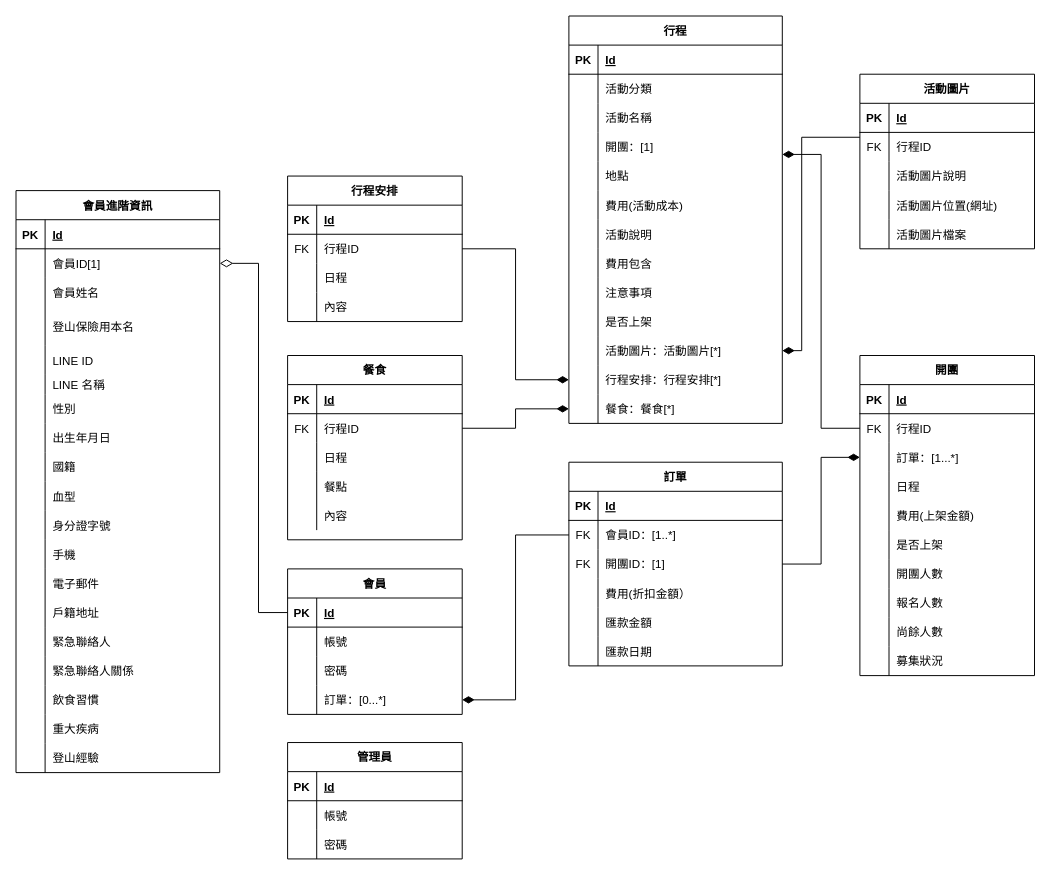
The draw.io diagram Untitled Diagram.drawio in Yizi-Yeh/MT-Databaseplanning, before the edit. Source tidied: cells renumbered, new cells numbered last; positions are measured from the earlier drawing's top-left corner, leaving out a move shared by most shapes. Both pictures are drawn from the tidied source at 97%, with x=0, y=0 at pixel (16, 16).
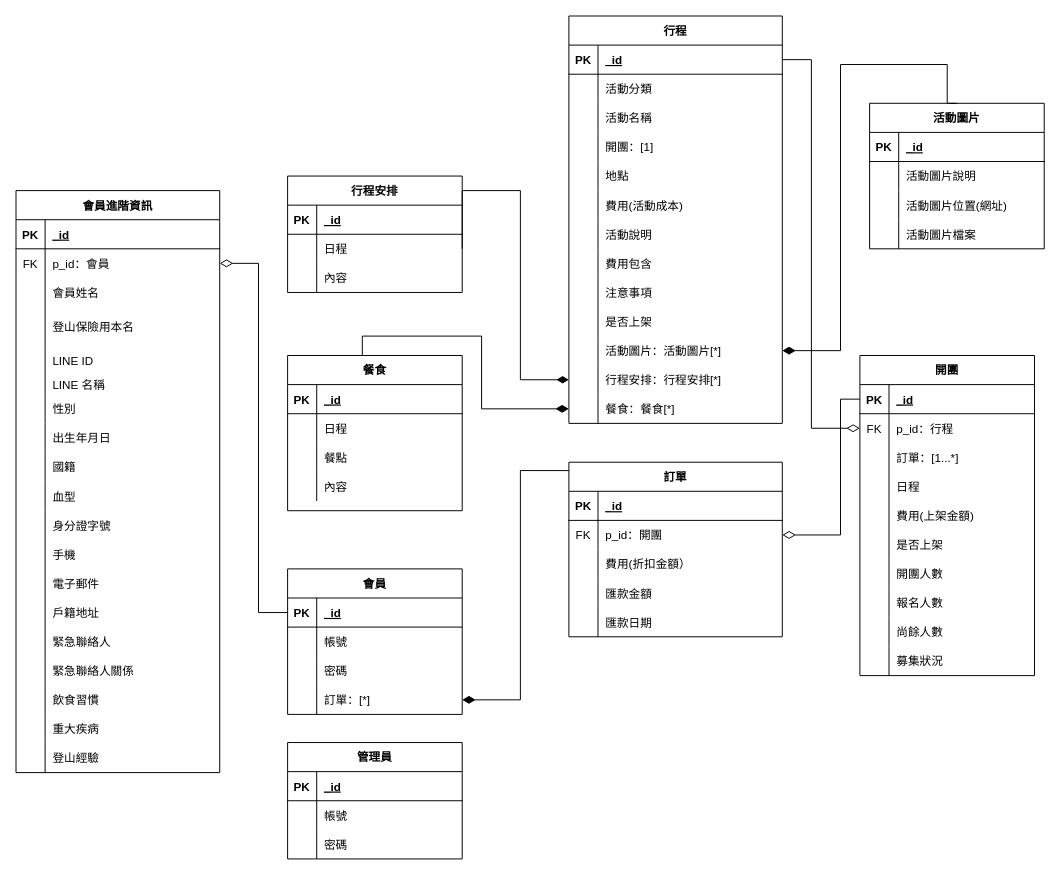
After the change.

Unchanged cells that the change refers to:
```xml
<mxCell id="3" style="shape=partialRectangle;fillColor=none;top=0;left=0;bottom=1;right=0;points=[[0,0.5],[1,0.5]];portConstraint=eastwest;" parent="2" vertex="1">
  <mxGeometry y="30" width="220" height="30" as="geometry" />
</mxCell>
<mxCell id="12" style="shape=partialRectangle;fillColor=none;top=0;left=0;bottom=0;right=0;points=[[0,0.5],[1,0.5]];portConstraint=eastwest;" parent="2" vertex="1">
  <mxGeometry y="120" width="220" height="30" as="geometry" />
</mxCell>
<mxCell id="33" style="shape=partialRectangle;fillColor=none;top=0;left=0;bottom=0;right=0;points=[[0,0.5],[1,0.5]];portConstraint=eastwest;" parent="2" vertex="1">
  <mxGeometry y="330" width="220" height="30" as="geometry" />
</mxCell>
<mxCell id="36" style="shape=partialRectangle;fillColor=none;top=0;left=0;bottom=0;right=0;points=[[0,0.5],[1,0.5]];portConstraint=eastwest;" parent="2" vertex="1">
  <mxGeometry y="360" width="220" height="30" as="geometry" />
</mxCell>
<mxCell id="39" style="shape=partialRectangle;fillColor=none;top=0;left=0;bottom=0;right=0;points=[[0,0.5],[1,0.5]];portConstraint=eastwest;" parent="2" vertex="1">
  <mxGeometry y="390" width="220" height="30" as="geometry" />
</mxCell>
<mxCell id="43" style="shape=partialRectangle;fillColor=none;top=0;left=0;bottom=1;right=0;points=[[0,0.5],[1,0.5]];portConstraint=eastwest;" parent="42" vertex="1">
  <mxGeometry y="30" width="180" height="30" as="geometry" />
</mxCell>
<mxCell id="46" style="shape=partialRectangle;fillColor=none;top=0;left=0;bottom=0;right=0;points=[[0,0.5],[1,0.5]];portConstraint=eastwest;" parent="42" vertex="1">
  <mxGeometry y="60" width="180" height="30" as="geometry" />
</mxCell>
<mxCell id="49" style="shape=partialRectangle;fillColor=none;top=0;left=0;bottom=0;right=0;points=[[0,0.5],[1,0.5]];portConstraint=eastwest;" parent="42" vertex="1">
  <mxGeometry y="90" width="180" height="30" as="geometry" />
</mxCell>
<mxCell id="74" style="shape=partialRectangle;fillColor=none;top=0;left=0;bottom=1;right=0;" parent="73" vertex="1">
  <mxGeometry y="30" width="180" height="30" as="geometry" />
</mxCell>
<mxCell id="87" style="shape=partialRectangle;fillColor=none;top=0;left=0;bottom=1;right=0;" parent="86" vertex="1">
  <mxGeometry y="30" width="180" height="30" as="geometry" />
</mxCell>
<mxCell id="103" style="shape=partialRectangle;fillColor=none;top=0;left=0;bottom=1;right=0;" parent="102" vertex="1">
  <mxGeometry y="30" width="180" height="30" as="geometry" />
</mxCell>
<mxCell id="119" style="shape=partialRectangle;fillColor=none;top=0;left=0;bottom=1;right=0;points=[[0,0.5],[1,0.5]];portConstraint=eastwest;" parent="118" vertex="1">
  <mxGeometry y="30" width="180" height="30" as="geometry" />
</mxCell>
<mxCell id="128" style="shape=partialRectangle;fillColor=none;top=0;left=0;bottom=0;right=0;points=[[0,0.5],[1,0.5]];portConstraint=eastwest;" parent="118" vertex="1">
  <mxGeometry y="120" width="180" height="30" as="geometry" />
</mxCell>
<mxCell id="132" style="shape=partialRectangle;fillColor=none;top=0;left=0;bottom=1;right=0;" parent="131" vertex="1">
  <mxGeometry y="30" width="220" height="30" as="geometry" />
</mxCell>
<mxCell id="157" style="shape=partialRectangle;fillColor=none;top=0;left=0;bottom=1;right=0;" parent="156" vertex="1">
  <mxGeometry y="30" width="180" height="30" as="geometry" />
</mxCell>
<mxCell id="167" style="shape=partialRectangle;fillColor=none;top=0;left=0;bottom=1;right=0;" parent="166" vertex="1">
  <mxGeometry y="30" width="210" height="30" as="geometry" />
</mxCell>
<mxCell id="170" style="shape=partialRectangle;fillColor=none;top=0;left=0;bottom=0;right=0;points=[[0,0.5],[1,0.5]];portConstraint=eastwest;" parent="166" vertex="1">
  <mxGeometry y="60" width="210" height="30" as="geometry" />
</mxCell>
```

The edit, as a diff of the source:
```diff
@@
-    <mxCell id="5" value="Id" style="shape=partialRectangle;fillColor=none;top=0;left=0;bottom=0;right=0;align=left;spacingLeft=6;fontStyle=5;overflow=hidden;" parent="3" vertex="1">
+    <mxCell id="5" value="_id" style="shape=partialRectangle;fillColor=none;top=0;left=0;bottom=0;right=0;align=left;spacingLeft=6;fontStyle=5;overflow=hidden;" parent="3" vertex="1">
       <mxGeometry x="30" width="190" height="30" as="geometry" />
     </mxCell>
@@
-    <mxCell id="45" value="Id" style="shape=partialRectangle;fillColor=none;top=0;left=0;bottom=0;right=0;align=left;spacingLeft=6;fontStyle=5;overflow=hidden;" parent="43" vertex="1">
+    <mxCell id="45" value="_id" style="shape=partialRectangle;fillColor=none;top=0;left=0;bottom=0;right=0;align=left;spacingLeft=6;fontStyle=5;overflow=hidden;" parent="43" vertex="1">
       <mxGeometry x="30" width="150" height="30" as="geometry" />
     </mxCell>
@@
-    <mxCell id="48" value="行程ID" style="shape=partialRectangle;fillColor=none;top=0;left=0;bottom=0;right=0;align=left;spacingLeft=6;fontStyle=0;overflow=hidden;" parent="46" vertex="1">
+    <mxCell id="48" value="p_id：行程" style="shape=partialRectangle;fillColor=none;top=0;left=0;bottom=0;right=0;align=left;spacingLeft=6;fontStyle=0;overflow=hidden;" parent="46" vertex="1">
       <mxGeometry x="30" width="150" height="30" as="geometry" />
     </mxCell>
@@
     <mxCell id="73" value="行程安排" style="shape=table;startSize=30;childLayout=tableLayout;rowLines=0;fontStyle=1;align=center;fillColor=none;" parent="1" vertex="1">
-      <mxGeometry x="280" y="165" width="180" height="150" as="geometry" />
+      <mxGeometry x="280" y="165" width="180" height="120" as="geometry" />
     </mxCell>
@@
-    <mxCell id="76" value="Id" style="shape=partialRectangle;fillColor=none;top=0;left=0;bottom=0;right=0;align=left;spacingLeft=6;fontStyle=5;overflow=hidden;" parent="74" vertex="1">
+    <mxCell id="76" value="_id" style="shape=partialRectangle;fillColor=none;top=0;left=0;bottom=0;right=0;align=left;spacingLeft=6;fontStyle=5;overflow=hidden;" parent="74" vertex="1">
       <mxGeometry x="30" width="150" height="30" as="geometry" />
     </mxCell>
-    <mxCell id="77" style="shape=partialRectangle;fillColor=none;top=0;left=0;bottom=0;right=0;points=[[0,0.5],[1,0.5]];portConstraint=eastwest;" parent="73" vertex="1">
-      <mxGeometry y="60" width="180" height="30" as="geometry" />
-    </mxCell>
-    <mxCell id="78" value="FK" style="shape=partialRectangle;fillColor=none;top=0;left=0;bottom=0;right=0;fontStyle=0;overflow=hidden;" parent="77" vertex="1">
-      <mxGeometry width="30" height="30" as="geometry" />
-    </mxCell>
-    <mxCell id="79" value="行程ID" style="shape=partialRectangle;fillColor=none;top=0;left=0;bottom=0;right=0;align=left;spacingLeft=6;fontStyle=0;overflow=hidden;" parent="77" vertex="1">
-      <mxGeometry x="30" width="150" height="30" as="geometry" />
-    </mxCell>
     <mxCell id="80" style="shape=partialRectangle;fillColor=none;top=0;left=0;bottom=0;right=0;" parent="73" vertex="1">
-      <mxGeometry y="90" width="180" height="30" as="geometry" />
+      <mxGeometry y="60" width="180" height="30" as="geometry" />
     </mxCell>
@@
     <mxCell id="83" style="shape=partialRectangle;fillColor=none;top=0;left=0;bottom=0;right=0;" parent="73" vertex="1">
-      <mxGeometry y="120" width="180" height="30" as="geometry" />
+      <mxGeometry y="90" width="180" height="30" as="geometry" />
     </mxCell>
@@
     <mxCell id="86" value="餐食" style="shape=table;startSize=30;childLayout=tableLayout;rowLines=0;fontStyle=1;align=center;fillColor=none;" parent="1" vertex="1">
-      <mxGeometry x="280" y="350" width="180" height="190" as="geometry" />
+      <mxGeometry x="280" y="350" width="180" height="160" as="geometry" />
     </mxCell>
@@
-    <mxCell id="89" value="Id" style="shape=partialRectangle;fillColor=none;top=0;left=0;bottom=0;right=0;align=left;spacingLeft=6;fontStyle=5;overflow=hidden;" parent="87" vertex="1">
+    <mxCell id="89" value="_id" style="shape=partialRectangle;fillColor=none;top=0;left=0;bottom=0;right=0;align=left;spacingLeft=6;fontStyle=5;overflow=hidden;" parent="87" vertex="1">
       <mxGeometry x="30" width="150" height="30" as="geometry" />
     </mxCell>
-    <mxCell id="90" style="shape=partialRectangle;fillColor=none;top=0;left=0;bottom=0;right=0;points=[[0,0.5],[1,0.5]];portConstraint=eastwest;" parent="86" vertex="1">
-      <mxGeometry y="60" width="180" height="30" as="geometry" />
-    </mxCell>
-    <mxCell id="91" value="FK" style="shape=partialRectangle;fillColor=none;top=0;left=0;bottom=0;right=0;fontStyle=0;overflow=hidden;" parent="90" vertex="1">
-      <mxGeometry width="30" height="30" as="geometry" />
-    </mxCell>
-    <mxCell id="92" value="行程ID" style="shape=partialRectangle;fillColor=none;top=0;left=0;bottom=0;right=0;align=left;spacingLeft=6;fontStyle=0;overflow=hidden;" parent="90" vertex="1">
-      <mxGeometry x="30" width="150" height="30" as="geometry" />
-    </mxCell>
     <mxCell id="93" style="shape=partialRectangle;fillColor=none;top=0;left=0;bottom=0;right=0;" parent="86" vertex="1">
-      <mxGeometry y="90" width="180" height="30" as="geometry" />
+      <mxGeometry y="60" width="180" height="30" as="geometry" />
     </mxCell>
@@
     <mxCell id="96" style="shape=partialRectangle;fillColor=none;top=0;left=0;bottom=0;right=0;" parent="86" vertex="1">
-      <mxGeometry y="120" width="180" height="30" as="geometry" />
+      <mxGeometry y="90" width="180" height="30" as="geometry" />
     </mxCell>
@@
     <mxCell id="99" style="shape=partialRectangle;fillColor=none;top=0;left=0;bottom=0;right=0;" parent="86" vertex="1">
-      <mxGeometry y="150" width="180" height="30" as="geometry" />
+      <mxGeometry y="120" width="180" height="30" as="geometry" />
     </mxCell>
@@
     <mxCell id="102" value="活動圖片" style="shape=table;startSize=30;childLayout=tableLayout;rowLines=0;fontStyle=1;align=center;fillColor=none;" parent="1" vertex="1">
-      <mxGeometry x="870" y="60" width="180" height="180" as="geometry" />
+      <mxGeometry x="880" y="90" width="180" height="150" as="geometry" />
     </mxCell>
@@
-    <mxCell id="105" value="Id" style="shape=partialRectangle;fillColor=none;top=0;left=0;bottom=0;right=0;align=left;spacingLeft=6;fontStyle=5;overflow=hidden;" parent="103" vertex="1">
+    <mxCell id="105" value="_id" style="shape=partialRectangle;fillColor=none;top=0;left=0;bottom=0;right=0;align=left;spacingLeft=6;fontStyle=5;overflow=hidden;" parent="103" vertex="1">
       <mxGeometry x="30" width="150" height="30" as="geometry" />
     </mxCell>
-    <mxCell id="106" style="shape=partialRectangle;fillColor=none;top=0;left=0;bottom=0;right=0;points=[[0,0.5],[1,0.5]];portConstraint=eastwest;" parent="102" vertex="1">
-      <mxGeometry y="60" width="180" height="30" as="geometry" />
-    </mxCell>
-    <mxCell id="107" value="FK" style="shape=partialRectangle;fillColor=none;top=0;left=0;bottom=0;right=0;fontStyle=0;overflow=hidden;" parent="106" vertex="1">
-      <mxGeometry width="30" height="30" as="geometry" />
-    </mxCell>
-    <mxCell id="108" value="行程ID" style="shape=partialRectangle;fillColor=none;top=0;left=0;bottom=0;right=0;align=left;spacingLeft=6;fontStyle=0;overflow=hidden;" parent="106" vertex="1">
-      <mxGeometry x="30" width="150" height="30" as="geometry" />
-    </mxCell>
     <mxCell id="109" style="shape=partialRectangle;fillColor=none;top=0;left=0;bottom=0;right=0;" parent="102" vertex="1">
-      <mxGeometry y="90" width="180" height="30" as="geometry" />
+      <mxGeometry y="60" width="180" height="30" as="geometry" />
     </mxCell>
@@
     <mxCell id="112" style="shape=partialRectangle;fillColor=none;top=0;left=0;bottom=0;right=0;" parent="102" vertex="1">
-      <mxGeometry y="120" width="180" height="30" as="geometry" />
+      <mxGeometry y="90" width="180" height="30" as="geometry" />
     </mxCell>
@@
     <mxCell id="115" style="shape=partialRectangle;fillColor=none;top=0;left=0;bottom=0;right=0;" parent="102" vertex="1">
-      <mxGeometry y="150" width="180" height="30" as="geometry" />
+      <mxGeometry y="120" width="180" height="30" as="geometry" />
     </mxCell>
@@
-    <mxCell id="121" value="Id" style="shape=partialRectangle;fillColor=none;top=0;left=0;bottom=0;right=0;align=left;spacingLeft=6;fontStyle=5;overflow=hidden;" parent="119" vertex="1">
+    <mxCell id="121" value="_id" style="shape=partialRectangle;fillColor=none;top=0;left=0;bottom=0;right=0;align=left;spacingLeft=6;fontStyle=5;overflow=hidden;" parent="119" vertex="1">
       <mxGeometry x="30" width="150" height="30" as="geometry" />
     </mxCell>
@@
-    <mxCell id="130" value="訂單：[0...*]" style="shape=partialRectangle;fillColor=none;top=0;left=0;bottom=0;right=0;align=left;spacingLeft=6;overflow=hidden;" parent="128" vertex="1">
+    <mxCell id="130" value="訂單：[*]" style="shape=partialRectangle;fillColor=none;top=0;left=0;bottom=0;right=0;align=left;spacingLeft=6;overflow=hidden;" parent="128" vertex="1">
       <mxGeometry x="30" width="150" height="30" as="geometry" />
     </mxCell>
     <mxCell id="131" value="訂單" style="shape=table;startSize=30;childLayout=tableLayout;rowLines=0;fontStyle=1;align=center;fillColor=none;" parent="1" vertex="1">
-      <mxGeometry x="570" y="460" width="220" height="210" as="geometry" />
+      <mxGeometry x="570" y="460" width="220" height="180" as="geometry" />
     </mxCell>
@@
-    <mxCell id="134" value="Id" style="shape=partialRectangle;fillColor=none;top=0;left=0;bottom=0;right=0;align=left;spacingLeft=6;fontStyle=5;overflow=hidden;" parent="132" vertex="1">
+    <mxCell id="134" value="_id" style="shape=partialRectangle;fillColor=none;top=0;left=0;bottom=0;right=0;align=left;spacingLeft=6;fontStyle=5;overflow=hidden;" parent="132" vertex="1">
       <mxGeometry x="30" width="190" height="30" as="geometry" />
     </mxCell>
-    <mxCell id="135" style="shape=partialRectangle;fillColor=none;top=0;left=0;bottom=0;right=0;points=[[0,0.5],[1,0.5]];portConstraint=eastwest;" parent="131" vertex="1">
-      <mxGeometry y="60" width="220" height="30" as="geometry" />
-    </mxCell>
-    <mxCell id="136" value="FK" style="shape=partialRectangle;fillColor=none;top=0;left=0;bottom=0;right=0;overflow=hidden;" parent="135" vertex="1">
-      <mxGeometry width="30" height="30" as="geometry" />
-    </mxCell>
-    <mxCell id="137" value="會員ID：[1..*]" style="shape=partialRectangle;fillColor=none;top=0;left=0;bottom=0;right=0;align=left;spacingLeft=6;overflow=hidden;" parent="135" vertex="1">
-      <mxGeometry x="30" width="190" height="30" as="geometry" />
-    </mxCell>
     <mxCell id="138" style="shape=partialRectangle;fillColor=none;top=0;left=0;bottom=0;right=0;points=[[0,0.5],[1,0.5]];portConstraint=eastwest;" parent="131" vertex="1">
-      <mxGeometry y="90" width="220" height="30" as="geometry" />
+      <mxGeometry y="60" width="220" height="30" as="geometry" />
     </mxCell>
@@
-    <mxCell id="140" value="開團ID：[1]" style="shape=partialRectangle;fillColor=none;top=0;left=0;bottom=0;right=0;align=left;spacingLeft=6;overflow=hidden;" parent="138" vertex="1">
+    <mxCell id="140" value="p_id：開團" style="shape=partialRectangle;fillColor=none;top=0;left=0;bottom=0;right=0;align=left;spacingLeft=6;overflow=hidden;" parent="138" vertex="1">
       <mxGeometry x="30" width="190" height="30" as="geometry" />
     </mxCell>
     <mxCell id="141" style="shape=partialRectangle;fillColor=none;top=0;left=0;bottom=0;right=0;" parent="131" vertex="1">
-      <mxGeometry y="120" width="220" height="30" as="geometry" />
+      <mxGeometry y="90" width="220" height="30" as="geometry" />
     </mxCell>
@@
     <mxCell id="144" style="shape=partialRectangle;fillColor=none;top=0;left=0;bottom=0;right=0;" parent="131" vertex="1">
-      <mxGeometry y="150" width="220" height="30" as="geometry" />
+      <mxGeometry y="120" width="220" height="30" as="geometry" />
     </mxCell>
@@
     <mxCell id="147" style="shape=partialRectangle;fillColor=none;top=0;left=0;bottom=0;right=0;" parent="131" vertex="1">
-      <mxGeometry y="180" width="220" height="30" as="geometry" />
+      <mxGeometry y="150" width="220" height="30" as="geometry" />
     </mxCell>
@@
-    <mxCell id="150" style="edgeStyle=orthogonalEdgeStyle;rounded=0;jettySize=auto;html=1;entryX=0;entryY=0.5;entryDx=0;entryDy=0;endArrow=diamondThin;endFill=1;endSize=10;" parent="1" edge="1" source="77" target="36">
-      <mxGeometry relative="1" as="geometry" />
+    <mxCell id="150" style="edgeStyle=orthogonalEdgeStyle;rounded=0;jettySize=auto;html=1;entryX=0;entryY=0.5;entryDx=0;entryDy=0;endArrow=diamondThin;endFill=1;endSize=10;" parent="1" edge="1" target="36">
+      <mxGeometry relative="1" as="geometry">
+        <mxPoint x="460" y="240" as="sourcePoint" />
+        <Array as="points">
+          <mxPoint x="460" y="180" />
+          <mxPoint x="520" y="180" />
+          <mxPoint x="520" y="375" />
+        </Array>
+      </mxGeometry>
     </mxCell>
-    <mxCell id="151" style="edgeStyle=orthogonalEdgeStyle;rounded=0;jettySize=auto;html=1;endArrow=diamondThin;endFill=1;startSize=18;endSize=10;" parent="1" edge="1" source="106" target="33">
-      <mxGeometry relative="1" as="geometry">
-        <Array as="points">
-          <mxPoint x="810" y="125" />
-          <mxPoint x="810" y="345" />
-        </Array>
-      </mxGeometry>
-    </mxCell>
-    <mxCell id="152" style="edgeStyle=orthogonalEdgeStyle;rounded=0;jettySize=auto;html=1;entryX=0;entryY=0.5;entryDx=0;entryDy=0;startArrow=none;startFill=0;startSize=18;endArrow=diamondThin;endFill=1;endSize=10;strokeWidth=1;" parent="1" edge="1" source="90" target="39">
-      <mxGeometry relative="1" as="geometry" />
-    </mxCell>
-    <mxCell id="153" style="edgeStyle=orthogonalEdgeStyle;rounded=0;jettySize=auto;html=1;entryX=1;entryY=0.757;entryDx=0;entryDy=0;entryPerimeter=0;startArrow=none;startFill=0;startSize=18;endArrow=diamondThin;endFill=1;endSize=10;strokeWidth=1;" parent="1" edge="1" source="46" target="12">
-      <mxGeometry relative="1" as="geometry" />
+    <mxCell id="153" style="edgeStyle=orthogonalEdgeStyle;rounded=0;jettySize=auto;html=1;entryX=1;entryY=0.5;entryDx=0;entryDy=0;startArrow=diamondThin;startFill=0;startSize=11;endArrow=none;endFill=0;endSize=10;strokeWidth=1;" parent="1" edge="1" source="46" target="3">
+      <mxGeometry relative="1" as="geometry">
+        <Array as="points">
+          <mxPoint x="820" y="425" />
+          <mxPoint x="820" y="45" />
+        </Array>
+      </mxGeometry>
     </mxCell>
-    <mxCell id="154" style="edgeStyle=orthogonalEdgeStyle;rounded=0;jettySize=auto;html=1;entryX=1;entryY=0.5;entryDx=0;entryDy=0;startArrow=none;startFill=0;startSize=10;endArrow=diamondThin;endFill=1;endSize=10;strokeWidth=1;" parent="1" edge="1" source="135" target="128">
-      <mxGeometry relative="1" as="geometry" />
-    </mxCell>
-    <mxCell id="155" style="edgeStyle=orthogonalEdgeStyle;rounded=0;jettySize=auto;html=1;entryX=0;entryY=0.5;entryDx=0;entryDy=0;startArrow=none;startFill=0;startSize=10;endArrow=diamondThin;endFill=1;endSize=10;strokeWidth=1;" parent="1" edge="1" source="138" target="49">
-      <mxGeometry relative="1" as="geometry" />
-    </mxCell>
@@
-    <mxCell id="159" value="Id" style="shape=partialRectangle;fillColor=none;top=0;left=0;bottom=0;right=0;align=left;spacingLeft=6;fontStyle=5;overflow=hidden;" parent="157" vertex="1">
+    <mxCell id="159" value="_id" style="shape=partialRectangle;fillColor=none;top=0;left=0;bottom=0;right=0;align=left;spacingLeft=6;fontStyle=5;overflow=hidden;" parent="157" vertex="1">
       <mxGeometry x="30" width="150" height="30" as="geometry" />
     </mxCell>
@@
-    <mxCell id="169" value="Id" style="shape=partialRectangle;fillColor=none;top=0;left=0;bottom=0;right=0;align=left;spacingLeft=6;fontStyle=5;overflow=hidden;" parent="167" vertex="1">
+    <mxCell id="169" value="_id" style="shape=partialRectangle;fillColor=none;top=0;left=0;bottom=0;right=0;align=left;spacingLeft=6;fontStyle=5;overflow=hidden;" parent="167" vertex="1">
       <mxGeometry x="30" width="180" height="30" as="geometry" />
     </mxCell>
@@
-    <mxCell id="171" style="shape=partialRectangle;fillColor=none;top=0;left=0;bottom=0;right=0;overflow=hidden;" parent="170" vertex="1">
+    <mxCell id="171" value="FK" style="shape=partialRectangle;fillColor=none;top=0;left=0;bottom=0;right=0;overflow=hidden;" parent="170" vertex="1">
       <mxGeometry width="30" height="30" as="geometry" />
     </mxCell>
-    <mxCell id="172" value="會員ID[1]" style="shape=partialRectangle;fillColor=none;top=0;left=0;bottom=0;right=0;align=left;spacingLeft=6;overflow=hidden;" parent="170" vertex="1">
+    <mxCell id="172" value="p_id：會員" style="shape=partialRectangle;fillColor=none;top=0;left=0;bottom=0;right=0;align=left;spacingLeft=6;overflow=hidden;" parent="170" vertex="1">
       <mxGeometry x="30" width="180" height="30" as="geometry" />
     </mxCell>
@@
-    <mxCell id="224" style="edgeStyle=orthogonalEdgeStyle;rounded=0;jettySize=auto;html=1;exitX=0;exitY=0.5;exitDx=0;exitDy=0;entryX=1;entryY=0.5;entryDx=0;entryDy=0;endArrow=diamondThin;endFill=0;strokeWidth=1;endSize=11;" parent="1" edge="1" source="119" target="170">
+    <mxCell id="224" style="edgeStyle=orthogonalEdgeStyle;rounded=0;jettySize=auto;html=1;exitX=0;exitY=0.5;exitDx=0;exitDy=0;entryX=1;entryY=0.5;entryDx=0;entryDy=0;endArrow=diamondThin;endFill=0;strokeWidth=1;endSize=11;startArrow=none;startFill=0;sourcePerimeterSpacing=9;targetPerimeterSpacing=13;startSize=11;" parent="1" edge="1" source="119" target="170">
       <mxGeometry relative="1" as="geometry" />
     </mxCell>
+    <mxCell id="225" style="edgeStyle=orthogonalEdgeStyle;rounded=0;jettySize=auto;html=1;entryX=1;entryY=0.5;entryDx=0;entryDy=0;endArrow=diamondThin;endFill=0;startSize=11;jumpSize=14;strokeWidth=1;endSize=11;exitX=0;exitY=0.5;exitDx=0;exitDy=0;" parent="1" edge="1" source="43" target="138">
+      <mxGeometry relative="1" as="geometry">
+        <Array as="points">
+          <mxPoint x="850" y="395" />
+          <mxPoint x="850" y="535" />
+        </Array>
+      </mxGeometry>
+    </mxCell>
+    <mxCell id="226" style="edgeStyle=orthogonalEdgeStyle;rounded=0;jumpSize=14;jettySize=auto;html=1;entryX=0;entryY=0.048;entryDx=0;entryDy=0;entryPerimeter=0;startArrow=diamondThin;startFill=1;startSize=11;sourcePerimeterSpacing=9;endArrow=none;endFill=0;endSize=11;targetPerimeterSpacing=13;strokeWidth=1;exitX=1;exitY=0.5;exitDx=0;exitDy=0;" parent="1" edge="1" source="128" target="131">
+      <mxGeometry relative="1" as="geometry" />
+    </mxCell>
+    <mxCell id="227" style="edgeStyle=orthogonalEdgeStyle;rounded=0;jumpSize=14;jettySize=auto;html=1;entryX=0.5;entryY=0;entryDx=0;entryDy=0;startArrow=diamondThin;startFill=1;startSize=11;sourcePerimeterSpacing=9;endArrow=none;endFill=0;endSize=11;targetPerimeterSpacing=13;strokeWidth=1;exitX=1;exitY=0.5;exitDx=0;exitDy=0;" parent="1" edge="1" source="33" target="102">
+      <mxGeometry relative="1" as="geometry">
+        <Array as="points">
+          <mxPoint x="850" y="345" />
+          <mxPoint x="850" y="50" />
+          <mxPoint x="960" y="50" />
+        </Array>
+      </mxGeometry>
+    </mxCell>
+    <mxCell id="228" style="edgeStyle=orthogonalEdgeStyle;rounded=0;jumpSize=14;jettySize=auto;html=1;entryX=0.428;entryY=0;entryDx=0;entryDy=0;entryPerimeter=0;startArrow=diamondThin;startFill=1;startSize=11;sourcePerimeterSpacing=9;endArrow=none;endFill=0;endSize=11;targetPerimeterSpacing=13;strokeWidth=1;exitX=0;exitY=0.5;exitDx=0;exitDy=0;" parent="1" edge="1" source="39" target="86">
+      <mxGeometry relative="1" as="geometry">
+        <Array as="points">
+          <mxPoint x="480" y="405" />
+          <mxPoint x="480" y="330" />
+          <mxPoint x="357" y="330" />
+        </Array>
+      </mxGeometry>
+    </mxCell>
```
